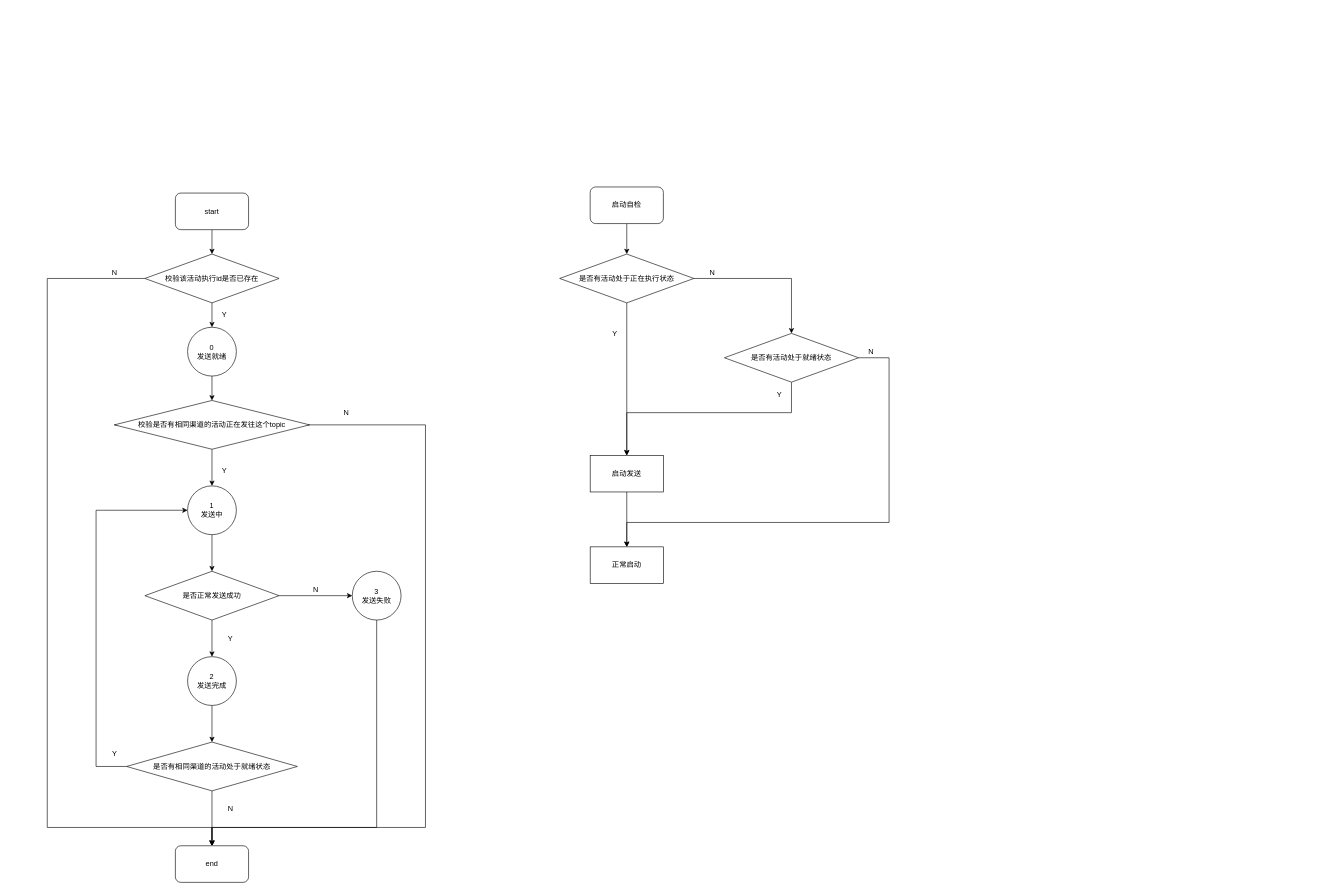
DamonEvil/FirstTry keeps this draw.io diagram as Untitled Diagram.drawio. Above is the earlier version. Source tidied: cells renumbered, new cells numbered last; positions are measured from the earlier drawing's top-left corner, leaving out a move shared by most shapes. Both pictures are drawn from the tidied source at 61%, with x=0, y=0 at pixel (47, 187).
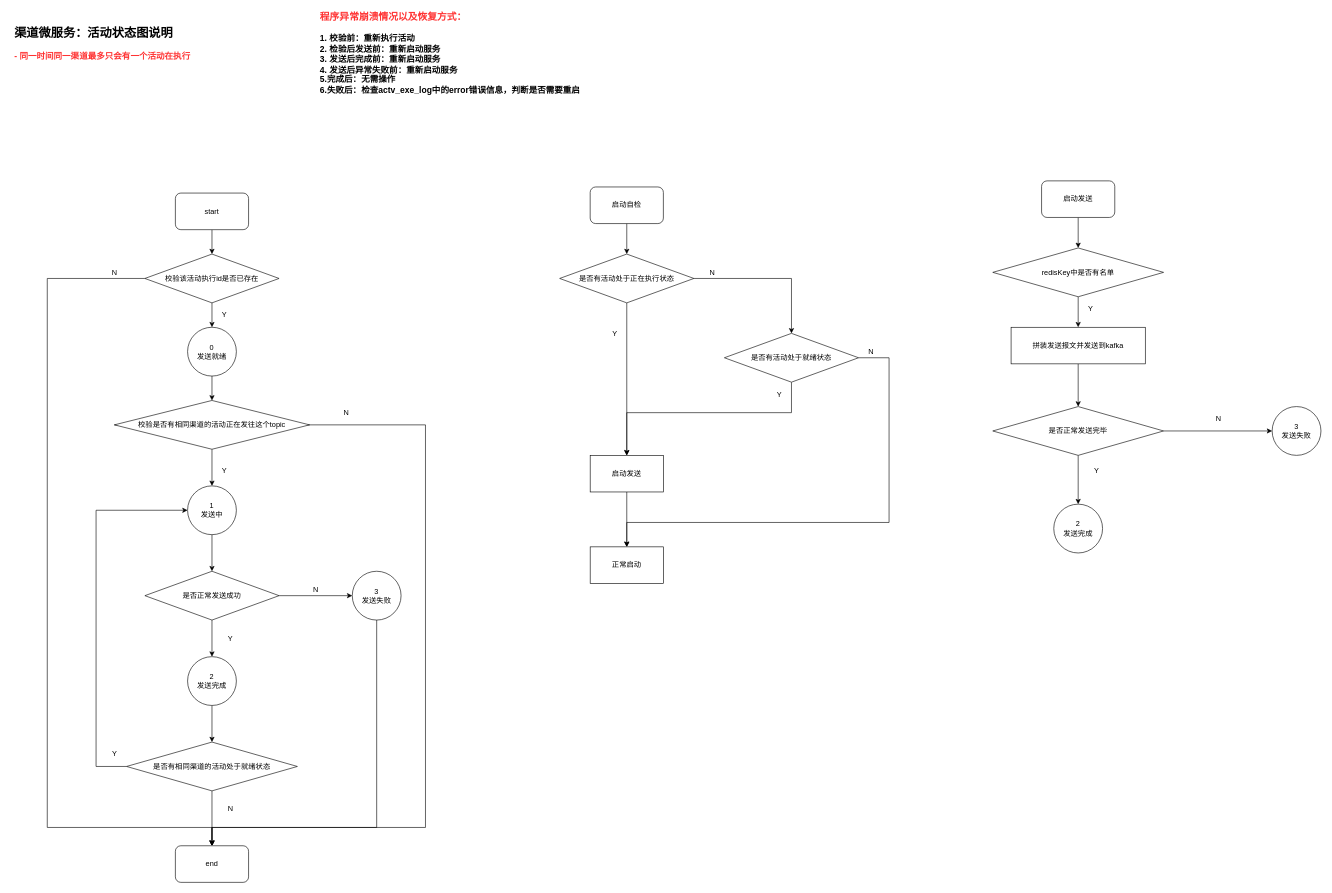
Above is the later version.

Change to the diagram source:
```diff
@@
+    <mxCell id="49" value="&lt;h1 style=&quot;text-align: left&quot;&gt;&lt;font style=&quot;font-size: 20px&quot;&gt;渠道微服务：活动状态图说明&lt;/font&gt;&lt;/h1&gt;&lt;div style=&quot;text-align: left&quot;&gt;&lt;span style=&quot;font-size: 14px&quot;&gt;&lt;font color=&quot;#ff3333&quot;&gt;&lt;b&gt;- 同一时间同一渠道最多只会有一个活动在执行&lt;/b&gt;&lt;/font&gt;&lt;/span&gt;&lt;br&gt;&lt;/div&gt;" style="text;html=1;align=center;verticalAlign=middle;strokeColor=none;" parent="1" vertex="1">
+      <mxGeometry x="-60" y="-280" width="300" height="70" as="geometry" />
+    </mxCell>
+    <mxCell id="50" value="&lt;div style=&quot;text-align: left&quot;&gt;&lt;b style=&quot;color: rgb(255 , 51 , 51)&quot;&gt;&lt;font style=&quot;font-size: 16px&quot;&gt;程序异常崩溃情况以及恢复方式：&lt;/font&gt;&lt;/b&gt;&lt;/div&gt;&lt;div style=&quot;text-align: left&quot;&gt;&lt;b style=&quot;color: rgb(255 , 51 , 51)&quot;&gt;&lt;font style=&quot;font-size: 16px&quot;&gt;&lt;br&gt;&lt;/font&gt;&lt;/b&gt;&lt;/div&gt;&lt;font style=&quot;font-size: 14px&quot;&gt;&lt;div style=&quot;text-align: left&quot;&gt;&lt;b&gt;1. 校验前：重新执行活动&lt;/b&gt;&lt;/div&gt;&lt;b&gt;&lt;div style=&quot;text-align: left&quot;&gt;&lt;b&gt;2. 检验后发送前：重新启动服务&lt;/b&gt;&lt;/div&gt;&lt;div style=&quot;text-align: left&quot;&gt;&lt;b&gt;3. 发送后完成前：重新启动服务&lt;/b&gt;&lt;/div&gt;&lt;div style=&quot;text-align: left&quot;&gt;&lt;b&gt;4. 发送后异常失败前：重新启动服务&lt;/b&gt;&lt;/div&gt;&lt;div style=&quot;text-align: left&quot;&gt;&lt;b&gt;5.完成后：无需操作&lt;/b&gt;&lt;/div&gt;&lt;div style=&quot;text-align: left&quot;&gt;&lt;b&gt;6.失败后：检查actv_exe_log中的error错误信息，判断是否需要重启&lt;/b&gt;&lt;/div&gt;&lt;/b&gt;&lt;/font&gt;" style="text;html=1;align=center;verticalAlign=middle;strokeColor=none;" parent="1" vertex="1">
+      <mxGeometry x="440" y="-280" width="440" height="120" as="geometry" />
+    </mxCell>
+    <mxCell id="51" style="edgeStyle=orthogonalEdgeStyle;rounded=0;jettySize=auto;html=1;exitX=0.5;exitY=1;exitDx=0;exitDy=0;entryX=0.5;entryY=0;entryDx=0;entryDy=0;" parent="1" edge="1" source="52" target="54">
+      <mxGeometry relative="1" as="geometry" />
+    </mxCell>
+    <mxCell id="52" value="启动发送" style="rounded=1;whiteSpace=wrap;html=1;" parent="1" vertex="1">
+      <mxGeometry x="1630" y="-10" width="120" height="60" as="geometry" />
+    </mxCell>
+    <mxCell id="53" style="edgeStyle=orthogonalEdgeStyle;rounded=0;jettySize=auto;html=1;exitX=0.5;exitY=1;exitDx=0;exitDy=0;entryX=0.5;entryY=0;entryDx=0;entryDy=0;" parent="1" edge="1" source="54" target="56">
+      <mxGeometry relative="1" as="geometry" />
+    </mxCell>
+    <mxCell id="54" value="&lt;span&gt;redisKey中是否有名单&lt;/span&gt;" style="rhombus;whiteSpace=wrap;html=1;" parent="1" vertex="1">
+      <mxGeometry x="1550" y="100" width="280" height="80" as="geometry" />
+    </mxCell>
+    <mxCell id="55" style="edgeStyle=orthogonalEdgeStyle;rounded=0;jettySize=auto;html=1;exitX=0.5;exitY=1;exitDx=0;exitDy=0;entryX=0.5;entryY=0;entryDx=0;entryDy=0;" parent="1" edge="1" source="56" target="60">
+      <mxGeometry relative="1" as="geometry" />
+    </mxCell>
+    <mxCell id="56" value="拼装发送报文并发送到kafka" style="whiteSpace=wrap;html=1;" parent="1" vertex="1">
+      <mxGeometry x="1580" y="230" width="220" height="60" as="geometry" />
+    </mxCell>
+    <mxCell id="57" value="Y" style="text;html=1;align=center;verticalAlign=middle;strokeColor=none;" parent="1" vertex="1">
+      <mxGeometry x="1700" y="190" width="20" height="20" as="geometry" />
+    </mxCell>
+    <mxCell id="58" style="edgeStyle=orthogonalEdgeStyle;rounded=0;jettySize=auto;html=1;exitX=0.5;exitY=1;exitDx=0;exitDy=0;" parent="1" edge="1" source="60" target="62">
+      <mxGeometry relative="1" as="geometry" />
+    </mxCell>
+    <mxCell id="59" style="edgeStyle=orthogonalEdgeStyle;rounded=0;jettySize=auto;html=1;" parent="1" edge="1" source="60" target="63">
+      <mxGeometry relative="1" as="geometry" />
+    </mxCell>
+    <mxCell id="60" value="&lt;span&gt;是否正常发送完毕&lt;/span&gt;" style="rhombus;whiteSpace=wrap;html=1;" parent="1" vertex="1">
+      <mxGeometry x="1550" y="360" width="280" height="80" as="geometry" />
+    </mxCell>
+    <mxCell id="61" value="Y" style="text;html=1;align=center;verticalAlign=middle;strokeColor=none;" parent="1" vertex="1">
+      <mxGeometry x="1710" y="455" width="20" height="20" as="geometry" />
+    </mxCell>
+    <mxCell id="62" value="2&lt;br&gt;发送完成" style="ellipse;whiteSpace=wrap;html=1;" parent="1" vertex="1">
+      <mxGeometry x="1650" y="520" width="80" height="80" as="geometry" />
+    </mxCell>
+    <mxCell id="63" value="3&lt;br&gt;发送失败" style="ellipse;whiteSpace=wrap;html=1;" parent="1" vertex="1">
+      <mxGeometry x="2008" y="360" width="80" height="80" as="geometry" />
+    </mxCell>
+    <mxCell id="64" value="N" style="text;html=1;align=center;verticalAlign=middle;strokeColor=none;" parent="1" vertex="1">
+      <mxGeometry x="1910" y="370" width="20" height="20" as="geometry" />
+    </mxCell>
```
